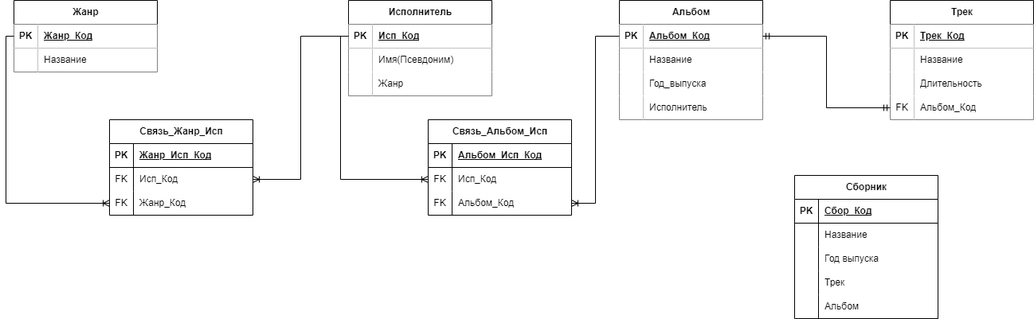
Above: Musical_Site_2.png in OpyssMagnuum/DB_Musical_Site (draw.io), before the change. Source tidied: cells renumbered, new cells last; positions are measured from the earlier drawing's top-left corner, leaving out a move shared by most shapes.
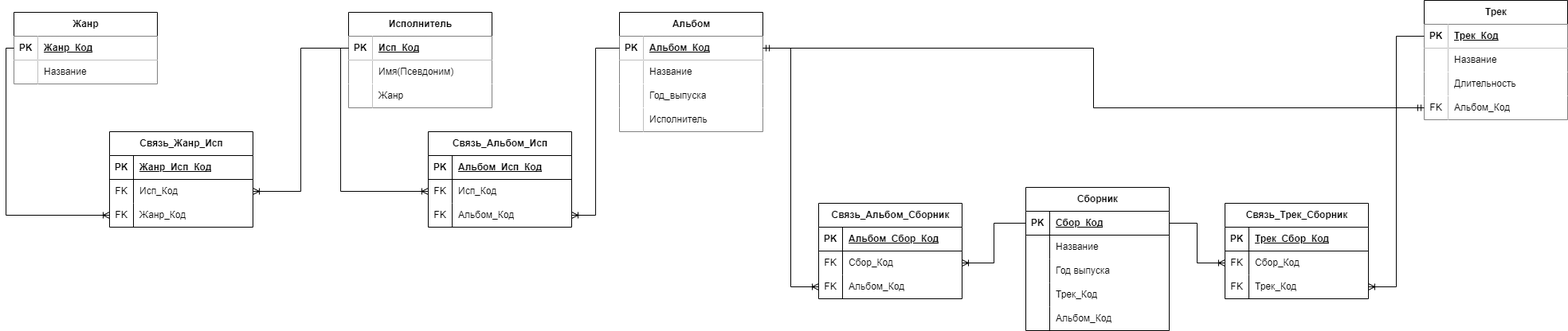
Above is the later version.

The edit, as a diff of the source:
```diff
@@ -93,7 +93,7 @@
       <mxGeometry x="30" width="150" height="30" as="geometry" />
     </mxCell>
     <mxCell id="32" value="Трек" style="shape=table;startSize=30;rowLines=0;fontStyle=1;align=center;html=1;" parent="1" vertex="1">
-      <mxGeometry x="1100" width="180" height="150" as="geometry" />
+      <mxGeometry x="1770" y="-15" width="180" height="150" as="geometry" />
     </mxCell>
     <mxCell id="33" style="shape=tableRow;horizontal=0;startSize=0;swimlaneHead=0;swimlaneBody=0;fillColor=none;points=[[0,0.5],[1,0.5]];portConstraint=eastwest;top=0;left=0;right=0;bottom=1;" parent="32" vertex="1">
       <mxGeometry y="30" width="180" height="30" as="geometry" />
@@ -132,7 +132,7 @@
       <mxGeometry x="30" width="150" height="30" as="geometry" />
     </mxCell>
     <mxCell id="45" value="Сборник" style="shape=table;startSize=30;rowLines=0;fontStyle=1;align=center;html=1;" parent="1" vertex="1">
-      <mxGeometry x="980" y="220" width="180" height="180" as="geometry" />
+      <mxGeometry x="1270" y="220" width="180" height="180" as="geometry" />
     </mxCell>
     <mxCell id="46" style="shape=tableRow;horizontal=0;startSize=0;swimlaneHead=0;swimlaneBody=0;fillColor=none;points=[[0,0.5],[1,0.5]];portConstraint=eastwest;top=0;left=0;right=0;bottom=1;" parent="45" vertex="1">
       <mxGeometry y="30" width="180" height="30" as="geometry" />
@@ -167,7 +167,7 @@
     <mxCell id="56" style="shape=partialRectangle;fillColor=none;top=0;left=0;bottom=0;right=0;overflow=hidden;whiteSpace=wrap;html=1;" parent="55" vertex="1">
       <mxGeometry width="30" height="30" as="geometry" />
     </mxCell>
-    <mxCell id="57" value="Трек" style="shape=partialRectangle;fillColor=none;top=0;left=0;bottom=0;right=0;align=left;spacingLeft=6;overflow=hidden;whiteSpace=wrap;html=1;" parent="55" vertex="1">
+    <mxCell id="57" value="Трек_Код" style="shape=partialRectangle;fillColor=none;top=0;left=0;bottom=0;right=0;align=left;spacingLeft=6;overflow=hidden;whiteSpace=wrap;html=1;" parent="55" vertex="1">
       <mxGeometry x="30" width="150" height="30" as="geometry" />
     </mxCell>
     <mxCell id="58" style="shape=tableRow;horizontal=0;startSize=0;swimlaneHead=0;swimlaneBody=0;fillColor=none;top=0;left=0;right=0;bottom=0;" parent="45" vertex="1">
@@ -176,7 +176,7 @@
     <mxCell id="59" style="shape=partialRectangle;fillColor=none;top=0;left=0;bottom=0;right=0;overflow=hidden;whiteSpace=wrap;html=1;" parent="58" vertex="1">
       <mxGeometry width="30" height="30" as="geometry" />
     </mxCell>
-    <mxCell id="60" value="Альбом" style="shape=partialRectangle;fillColor=none;top=0;left=0;bottom=0;right=0;align=left;spacingLeft=6;overflow=hidden;whiteSpace=wrap;html=1;" parent="58" vertex="1">
+    <mxCell id="60" value="Альбом_Код" style="shape=partialRectangle;fillColor=none;top=0;left=0;bottom=0;right=0;align=left;spacingLeft=6;overflow=hidden;whiteSpace=wrap;html=1;" parent="58" vertex="1">
       <mxGeometry x="30" width="150" height="30" as="geometry" />
     </mxCell>
     <mxCell id="61" value="Связь_Жанр_Исп" style="shape=table;startSize=30;rowLines=0;fontStyle=1;align=center;html=1;" parent="1" vertex="1">
@@ -254,5 +254,77 @@
     <mxCell id="85" style="edgeStyle=orthogonalEdgeStyle;fontSize=12;html=1;endArrow=ERmandOne;startArrow=ERmandOne;rounded=0;exitX=1;exitY=0.5;exitDx=0;exitDy=0;entryX=0;entryY=0.5;entryDx=0;entryDy=0;" parent="1" edge="1" source="20" target="42">
       <mxGeometry relative="1" as="geometry" />
     </mxCell>
+    <mxCell id="86" value="Связь_Альбом_Сборник" style="shape=table;startSize=30;rowLines=0;fontStyle=1;align=center;html=1;" parent="1" vertex="1">
+      <mxGeometry x="1010" y="240" width="180" height="120" as="geometry" />
+    </mxCell>
+    <mxCell id="87" style="shape=tableRow;horizontal=0;startSize=0;swimlaneHead=0;swimlaneBody=0;fillColor=none;top=0;left=0;right=0;bottom=1;" parent="86" vertex="1">
+      <mxGeometry y="30" width="180" height="30" as="geometry" />
+    </mxCell>
+    <mxCell id="88" value="PK" style="shape=partialRectangle;fillColor=none;top=0;left=0;bottom=0;right=0;fontStyle=1;overflow=hidden;whiteSpace=wrap;html=1;" parent="87" vertex="1">
+      <mxGeometry width="30" height="30" as="geometry" />
+    </mxCell>
+    <mxCell id="89" value="Альбом_Сбор_Код" style="shape=partialRectangle;fillColor=none;top=0;left=0;bottom=0;right=0;align=left;spacingLeft=6;fontStyle=5;overflow=hidden;whiteSpace=wrap;html=1;" parent="87" vertex="1">
+      <mxGeometry x="30" width="150" height="30" as="geometry" />
+    </mxCell>
+    <mxCell id="90" style="shape=tableRow;horizontal=0;startSize=0;swimlaneHead=0;swimlaneBody=0;fillColor=none;points=[[0,0.5],[1,0.5]];portConstraint=eastwest;top=0;left=0;right=0;bottom=0;" parent="86" vertex="1">
+      <mxGeometry y="60" width="180" height="30" as="geometry" />
+    </mxCell>
+    <mxCell id="91" value="FK" style="shape=partialRectangle;fillColor=none;top=0;left=0;bottom=0;right=0;overflow=hidden;whiteSpace=wrap;html=1;" parent="90" vertex="1">
+      <mxGeometry width="30" height="30" as="geometry" />
+    </mxCell>
+    <mxCell id="92" value="Сбор_Код" style="shape=partialRectangle;fillColor=none;top=0;left=0;bottom=0;right=0;align=left;spacingLeft=6;overflow=hidden;whiteSpace=wrap;html=1;" parent="90" vertex="1">
+      <mxGeometry x="30" width="150" height="30" as="geometry" />
+    </mxCell>
+    <mxCell id="93" style="shape=tableRow;horizontal=0;startSize=0;swimlaneHead=0;swimlaneBody=0;fillColor=none;points=[[0,0.5],[1,0.5]];portConstraint=eastwest;top=0;left=0;right=0;bottom=0;" parent="86" vertex="1">
+      <mxGeometry y="90" width="180" height="30" as="geometry" />
+    </mxCell>
+    <mxCell id="94" value="FK" style="shape=partialRectangle;fillColor=none;top=0;left=0;bottom=0;right=0;overflow=hidden;whiteSpace=wrap;html=1;" parent="93" vertex="1">
+      <mxGeometry width="30" height="30" as="geometry" />
+    </mxCell>
+    <mxCell id="95" value="Альбом_Код" style="shape=partialRectangle;fillColor=none;top=0;left=0;bottom=0;right=0;align=left;spacingLeft=6;overflow=hidden;whiteSpace=wrap;html=1;" parent="93" vertex="1">
+      <mxGeometry x="30" width="150" height="30" as="geometry" />
+    </mxCell>
+    <mxCell id="96" style="edgeStyle=orthogonalEdgeStyle;fontSize=12;html=1;endArrow=ERoneToMany;rounded=0;exitX=1;exitY=0.5;exitDx=0;exitDy=0;entryX=0;entryY=0.5;entryDx=0;entryDy=0;" parent="1" edge="1" source="20" target="93">
+      <mxGeometry relative="1" as="geometry" />
+    </mxCell>
+    <mxCell id="97" style="edgeStyle=orthogonalEdgeStyle;fontSize=12;html=1;endArrow=ERoneToMany;rounded=0;exitX=0;exitY=0.5;exitDx=0;exitDy=0;entryX=1;entryY=0.5;entryDx=0;entryDy=0;" parent="1" edge="1" source="46" target="90">
+      <mxGeometry relative="1" as="geometry" />
+    </mxCell>
+    <mxCell id="98" value="Связь_Трек_Сборник" style="shape=table;startSize=30;rowLines=0;fontStyle=1;align=center;html=1;" parent="1" vertex="1">
+      <mxGeometry x="1520" y="240" width="180" height="120" as="geometry" />
+    </mxCell>
+    <mxCell id="99" style="shape=tableRow;horizontal=0;startSize=0;swimlaneHead=0;swimlaneBody=0;fillColor=none;top=0;left=0;right=0;bottom=1;" parent="98" vertex="1">
+      <mxGeometry y="30" width="180" height="30" as="geometry" />
+    </mxCell>
+    <mxCell id="100" value="PK" style="shape=partialRectangle;fillColor=none;top=0;left=0;bottom=0;right=0;fontStyle=1;overflow=hidden;whiteSpace=wrap;html=1;" parent="99" vertex="1">
+      <mxGeometry width="30" height="30" as="geometry" />
+    </mxCell>
+    <mxCell id="101" value="Трек_Сбор_Код" style="shape=partialRectangle;fillColor=none;top=0;left=0;bottom=0;right=0;align=left;spacingLeft=6;fontStyle=5;overflow=hidden;whiteSpace=wrap;html=1;" parent="99" vertex="1">
+      <mxGeometry x="30" width="150" height="30" as="geometry" />
+    </mxCell>
+    <mxCell id="102" style="shape=tableRow;horizontal=0;startSize=0;swimlaneHead=0;swimlaneBody=0;fillColor=none;points=[[0,0.5],[1,0.5]];portConstraint=eastwest;top=0;left=0;right=0;bottom=0;" parent="98" vertex="1">
+      <mxGeometry y="60" width="180" height="30" as="geometry" />
+    </mxCell>
+    <mxCell id="103" value="FK" style="shape=partialRectangle;fillColor=none;top=0;left=0;bottom=0;right=0;overflow=hidden;whiteSpace=wrap;html=1;" parent="102" vertex="1">
+      <mxGeometry width="30" height="30" as="geometry" />
+    </mxCell>
+    <mxCell id="104" value="Сбор_Код" style="shape=partialRectangle;fillColor=none;top=0;left=0;bottom=0;right=0;align=left;spacingLeft=6;overflow=hidden;whiteSpace=wrap;html=1;" parent="102" vertex="1">
+      <mxGeometry x="30" width="150" height="30" as="geometry" />
+    </mxCell>
+    <mxCell id="105" style="shape=tableRow;horizontal=0;startSize=0;swimlaneHead=0;swimlaneBody=0;fillColor=none;points=[[0,0.5],[1,0.5]];portConstraint=eastwest;top=0;left=0;right=0;bottom=0;" parent="98" vertex="1">
+      <mxGeometry y="90" width="180" height="30" as="geometry" />
+    </mxCell>
+    <mxCell id="106" value="FK" style="shape=partialRectangle;fillColor=none;top=0;left=0;bottom=0;right=0;overflow=hidden;whiteSpace=wrap;html=1;" parent="105" vertex="1">
+      <mxGeometry width="30" height="30" as="geometry" />
+    </mxCell>
+    <mxCell id="107" value="Трек_Код" style="shape=partialRectangle;fillColor=none;top=0;left=0;bottom=0;right=0;align=left;spacingLeft=6;overflow=hidden;whiteSpace=wrap;html=1;" parent="105" vertex="1">
+      <mxGeometry x="30" width="150" height="30" as="geometry" />
+    </mxCell>
+    <mxCell id="108" style="edgeStyle=orthogonalEdgeStyle;fontSize=12;html=1;endArrow=ERoneToMany;rounded=0;exitX=1;exitY=0.5;exitDx=0;exitDy=0;entryX=0;entryY=0.5;entryDx=0;entryDy=0;" parent="1" edge="1" source="46" target="102">
+      <mxGeometry relative="1" as="geometry" />
+    </mxCell>
+    <mxCell id="109" style="edgeStyle=orthogonalEdgeStyle;fontSize=12;html=1;endArrow=ERoneToMany;rounded=0;exitX=0;exitY=0.5;exitDx=0;exitDy=0;entryX=1;entryY=0.5;entryDx=0;entryDy=0;" parent="1" edge="1" source="33" target="105">
+      <mxGeometry relative="1" as="geometry" />
+    </mxCell>
   </root>
 </mxGraphModel>
```
